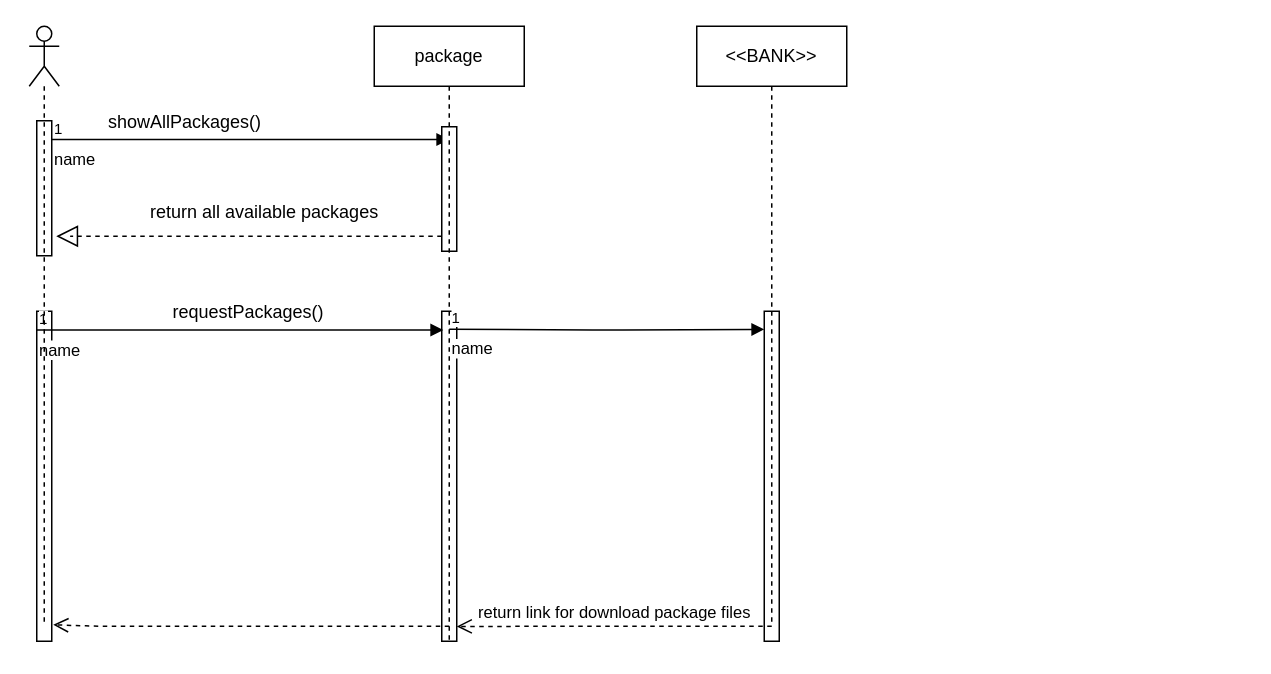
This is Behavioral Modeling/buyPackageSequenceDiagram.drawio from mmohajer9/sama-online-coaching-system, a draw.io file, before an edit. Source tidied: cells renumbered, new cells numbered last; positions are measured from the earlier drawing's top-left corner, leaving out a move shared by most shapes. Both pictures are drawn from the tidied source at 150%, with x=0, y=0 at pixel (28, 26).
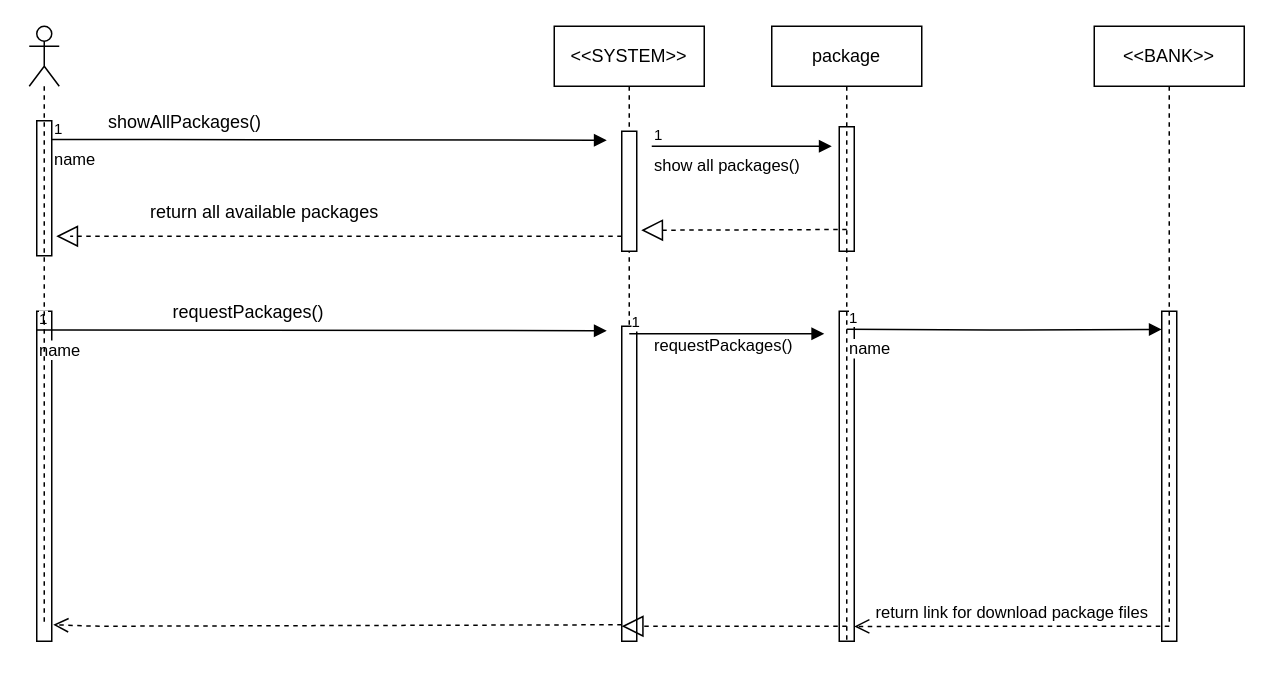
The same page after the edit.

Unchanged cells that the change refers to:
```xml
<mxCell id="2" style="html=1;points=[];perimeter=orthogonalPerimeter;" parent="1" vertex="1">
  <mxGeometry x="5" y="190" width="10" height="220" as="geometry" />
</mxCell>
```

The edit, as a diff of the source:
```diff
@@
     <mxCell id="3" style="html=1;points=[];perimeter=orthogonalPerimeter;" parent="1" vertex="1">
-      <mxGeometry x="275" y="190" width="10" height="220" as="geometry" />
+      <mxGeometry x="540" y="190" width="10" height="220" as="geometry" />
     </mxCell>
     <mxCell id="4" value="name" style="endArrow=block;endFill=1;html=1;edgeStyle=orthogonalEdgeStyle;align=left;verticalAlign=top;" parent="1" edge="1">
       <mxGeometry x="-1" relative="1" as="geometry">
         <mxPoint x="15" y="75.5" as="sourcePoint" />
-        <mxPoint x="280" y="75.5" as="targetPoint" />
+        <mxPoint x="385" y="76" as="targetPoint" />
         <Array as="points">
           <mxPoint x="75" y="75.5" />
           <mxPoint x="75" y="75.5" />
         </Array>
       </mxGeometry>
     </mxCell>
@@
     <mxCell id="8" value="name" style="endArrow=block;endFill=1;html=1;edgeStyle=orthogonalEdgeStyle;align=left;verticalAlign=top;entryX=0;entryY=0.055;entryDx=0;entryDy=0;entryPerimeter=0;" parent="1" edge="1" target="13">
       <mxGeometry x="-1" relative="1" as="geometry">
-        <mxPoint x="280" y="202" as="sourcePoint" />
+        <mxPoint x="545" y="202" as="sourcePoint" />
       </mxGeometry>
     </mxCell>
@@
-    <mxCell id="10" style="endArrow=block;dashed=1;endFill=0;endSize=12;html=1;" parent="1" edge="1">
+    <mxCell id="10" style="endArrow=block;dashed=1;endFill=0;endSize=12;html=1;" parent="1" edge="1" source="23">
       <mxGeometry relative="1" as="geometry">
-        <mxPoint x="275" y="140" as="sourcePoint" />
         <mxPoint x="18" y="140" as="targetPoint" />
         <Array as="points">
           <mxPoint x="25" y="140" />
         </Array>
       </mxGeometry>
     </mxCell>
@@
     <mxCell id="13" style="html=1;points=[];perimeter=orthogonalPerimeter;" parent="1" vertex="1">
-      <mxGeometry x="490" y="190" width="10" height="220" as="geometry" />
+      <mxGeometry x="755" y="190" width="10" height="220" as="geometry" />
     </mxCell>
     <mxCell id="14" value="name" style="endArrow=block;endFill=1;html=1;edgeStyle=orthogonalEdgeStyle;align=left;verticalAlign=top;" parent="1" edge="1">
       <mxGeometry x="-1" relative="1" as="geometry">
         <mxPoint x="5" y="202.5" as="sourcePoint" />
-        <mxPoint x="276" y="202.5" as="targetPoint" />
+        <mxPoint x="385" y="203" as="targetPoint" />
         <Array as="points">
           <mxPoint x="15" y="202.5" />
           <mxPoint x="276" y="202.5" />
         </Array>
       </mxGeometry>
     </mxCell>
@@
     <mxCell id="16" value="return link for download package files" style="html=1;verticalAlign=bottom;endArrow=open;dashed=1;endSize=8;entryX=1;entryY=0.955;entryDx=0;entryDy=0;entryPerimeter=0;" parent="1" edge="1" target="3">
       <mxGeometry relative="1" as="geometry">
-        <mxPoint x="495" y="400" as="sourcePoint" />
+        <mxPoint x="760" y="400" as="sourcePoint" />
       </mxGeometry>
     </mxCell>
     <mxCell id="17" style="html=1;verticalAlign=bottom;endArrow=open;dashed=1;endSize=8;entryX=1.1;entryY=0.95;entryDx=0;entryDy=0;entryPerimeter=0;" parent="1" edge="1" target="2">
       <mxGeometry relative="1" as="geometry">
-        <mxPoint x="280" y="400" as="sourcePoint" />
+        <mxPoint x="395" y="399" as="sourcePoint" />
         <Array as="points">
           <mxPoint x="45" y="400" />
         </Array>
       </mxGeometry>
     </mxCell>
     <mxCell id="18" style="html=1;perimeter=orthogonalPerimeter;" parent="1" vertex="1">
-      <mxGeometry x="275" y="67" width="10" height="83" as="geometry" />
+      <mxGeometry x="540" y="67" width="10" height="83" as="geometry" />
     </mxCell>
     <mxCell id="19" value="package" style="shape=umlLifeline;perimeter=lifelinePerimeter;whiteSpace=wrap;html=1;" parent="1" vertex="1">
-      <mxGeometry x="230" width="100" height="410" as="geometry" />
+      <mxGeometry x="495" width="100" height="410" as="geometry" />
     </mxCell>
     <mxCell id="20" value="&amp;lt;&amp;lt;BANK&amp;gt;&amp;gt;" style="shape=umlLifeline;perimeter=lifelinePerimeter;whiteSpace=wrap;html=1;" parent="1" vertex="1">
-      <mxGeometry x="445" width="100" height="400" as="geometry" />
+      <mxGeometry x="710" width="100" height="400" as="geometry" />
     </mxCell>
@@
+    <mxCell id="22" value="&amp;lt;&amp;lt;SYSTEM&amp;gt;&amp;gt;" style="shape=umlLifeline;perimeter=lifelinePerimeter;whiteSpace=wrap;html=1;" parent="1" vertex="1">
+      <mxGeometry x="350" width="100" height="410" as="geometry" />
+    </mxCell>
+    <mxCell id="23" style="html=1;points=[];perimeter=orthogonalPerimeter;" parent="22" vertex="1">
+      <mxGeometry x="45" y="70" width="10" height="80" as="geometry" />
+    </mxCell>
+    <mxCell id="24" value="show all packages()" style="endArrow=block;endFill=1;html=1;edgeStyle=orthogonalEdgeStyle;align=left;verticalAlign=top;" parent="22" edge="1">
+      <mxGeometry x="-1" relative="1" as="geometry">
+        <mxPoint x="65" y="80" as="sourcePoint" />
+        <mxPoint x="185" y="80" as="targetPoint" />
+      </mxGeometry>
+    </mxCell>
+    <mxCell id="25" value="1" style="html=1;align=left;verticalAlign=bottom;labelBackgroundColor=#ffffff;fontSize=10;" parent="24" vertex="1">
+      <mxGeometry x="-1" relative="1" as="geometry" />
+    </mxCell>
+    <mxCell id="26" style="html=1;perimeter=orthogonalPerimeter;" parent="22" vertex="1">
+      <mxGeometry x="45" y="200" width="10" height="210" as="geometry" />
+    </mxCell>
+    <mxCell id="27" style="endArrow=block;dashed=1;endFill=0;endSize=12;html=1;entryX=1.3;entryY=0.825;entryDx=0;entryDy=0;entryPerimeter=0;" parent="1" edge="1" target="23">
+      <mxGeometry relative="1" as="geometry">
+        <mxPoint x="545" y="135.5" as="sourcePoint" />
+      </mxGeometry>
+    </mxCell>
+    <mxCell id="28" value="requestPackages()" style="endArrow=block;endFill=1;html=1;edgeStyle=orthogonalEdgeStyle;align=left;verticalAlign=top;" parent="1" edge="1">
+      <mxGeometry x="-0.77" y="5" relative="1" as="geometry">
+        <mxPoint x="400" y="205" as="sourcePoint" />
+        <mxPoint x="530" y="205" as="targetPoint" />
+      </mxGeometry>
+    </mxCell>
+    <mxCell id="29" value="1" style="html=1;align=left;verticalAlign=bottom;labelBackgroundColor=#ffffff;fontSize=10;" parent="28" vertex="1">
+      <mxGeometry x="-1" relative="1" as="geometry" />
+    </mxCell>
+    <mxCell id="30" style="endArrow=block;dashed=1;endFill=0;endSize=12;html=1;" parent="1" edge="1">
+      <mxGeometry relative="1" as="geometry">
+        <mxPoint x="545" y="400" as="sourcePoint" />
+        <mxPoint x="395" y="400" as="targetPoint" />
+      </mxGeometry>
+    </mxCell>
```
